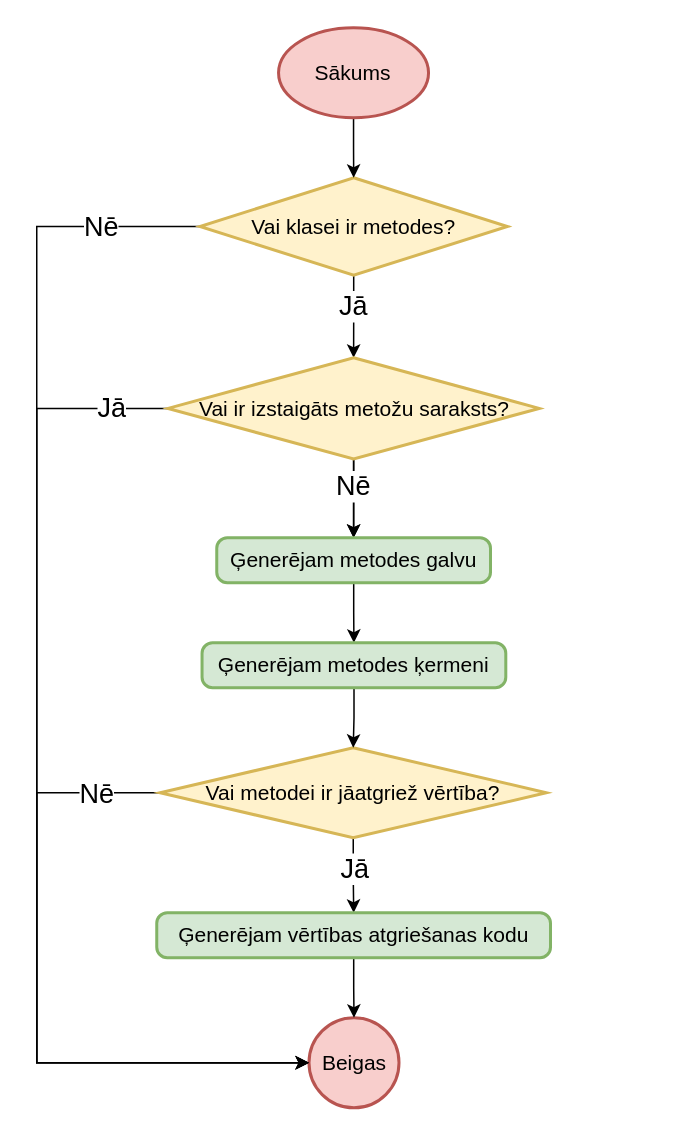
Earlier version of the draw.io diagram page "metožu generesana" (6 of 6) of src/Qualification project/Documentation/Diagrammas/Ģenerators.drawio (artiks12/webAppOS). Source tidied: cells renumbered, new cells numbered last; positions are measured from the earlier drawing's top-left corner, leaving out a move shared by most shapes. Both pictures are drawn from the tidied source at 150%, with x=0, y=0 at pixel (36, 27).
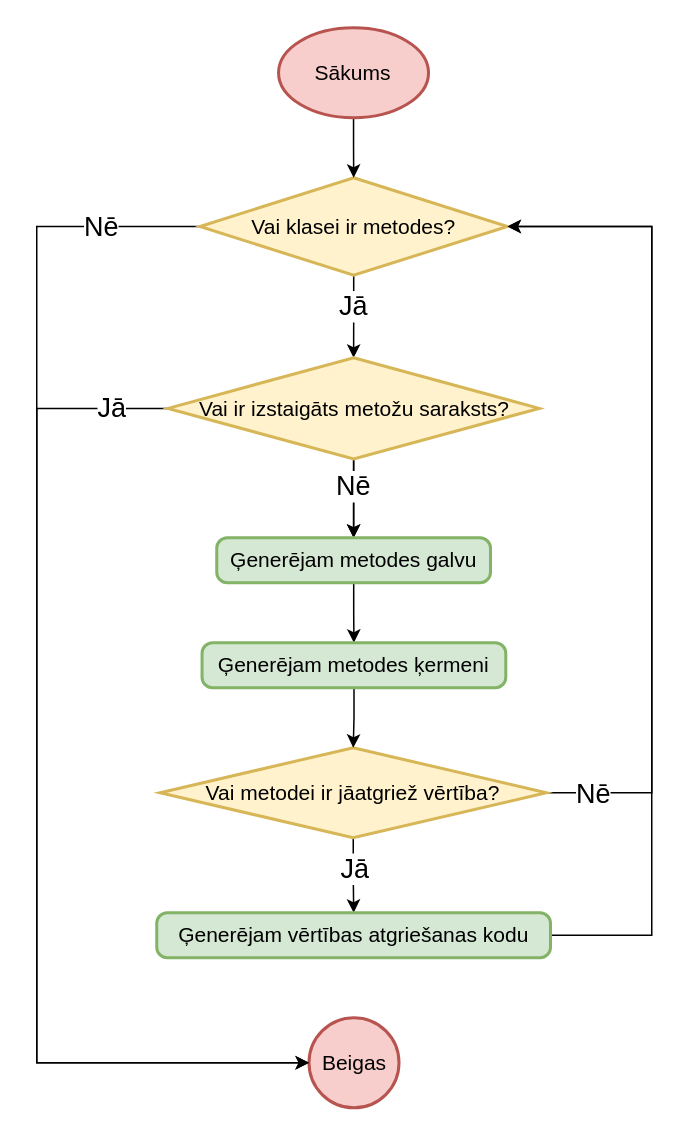
Above is the later version.

The change refers to these unchanged cells:
```xml
<mxCell id="2" value="Beigas" style="strokeWidth=2;html=1;shape=mxgraph.flowchart.start_2;whiteSpace=wrap;fontSize=14;fillColor=#f8cecc;strokeColor=#b85450;" parent="1" vertex="1">
  <mxGeometry x="181.5" y="660" width="60" height="60" as="geometry" />
</mxCell>
<mxCell id="7" value="Vai metodei ir jāatgriež vērtība?" style="strokeWidth=2;html=1;shape=mxgraph.flowchart.decision;whiteSpace=wrap;fontSize=14;fillColor=#fff2cc;strokeColor=#d6b656;" parent="1" vertex="1">
  <mxGeometry x="82.2" y="480" width="257.5" height="60" as="geometry" />
</mxCell>
<mxCell id="12" value="Vai klasei ir metodes?" style="strokeWidth=2;html=1;shape=mxgraph.flowchart.decision;whiteSpace=wrap;fontSize=14;fillColor=#fff2cc;strokeColor=#d6b656;" parent="1" vertex="1">
  <mxGeometry x="108.8" y="100" width="205" height="65" as="geometry" />
</mxCell>
<mxCell id="26" value="Ģenerējam vērtības atgriešanas kodu" style="rounded=1;whiteSpace=wrap;html=1;absoluteArcSize=1;arcSize=14;strokeWidth=2;fontSize=14;fillColor=#d5e8d4;strokeColor=#82b366;" parent="1" vertex="1">
  <mxGeometry x="80" y="590" width="262.5" height="30" as="geometry" />
</mxCell>
```

Diff of the diagram source:
```diff
@@
-    <mxCell id="5" style="edgeStyle=orthogonalEdgeStyle;rounded=0;jettySize=auto;html=1;fontSize=18;entryX=0;entryY=0.5;entryDx=0;entryDy=0;entryPerimeter=0;exitX=0;exitY=0.5;exitDx=0;exitDy=0;exitPerimeter=0;" parent="1" edge="1" source="7" target="2">
+    <mxCell id="5" style="edgeStyle=orthogonalEdgeStyle;rounded=0;jettySize=auto;html=1;fontSize=18;entryX=1;entryY=0.5;entryDx=0;entryDy=0;entryPerimeter=0;exitX=1;exitY=0.5;exitDx=0;exitDy=0;exitPerimeter=0;" parent="1" edge="1" source="7" target="12">
       <mxGeometry relative="1" as="geometry">
         <Array as="points">
-          <mxPoint y="510" />
-          <mxPoint y="690" />
+          <mxPoint x="410" y="510" />
+          <mxPoint x="410" y="133" />
         </Array>
       </mxGeometry>
     </mxCell>
     <mxCell id="6" value="Nē" style="edgeLabel;html=1;align=center;verticalAlign=middle;fontSize=18;" parent="5" vertex="1">
       <mxGeometry x="-0.73" relative="1" as="geometry">
-        <mxPoint x="17" as="offset" />
+        <mxPoint x="-40" y="3" as="offset" />
       </mxGeometry>
     </mxCell>
@@
-    <mxCell id="25" style="edgeStyle=orthogonalEdgeStyle;rounded=0;jettySize=auto;html=1;fontSize=18;" parent="1" edge="1" source="26" target="2">
-      <mxGeometry relative="1" as="geometry" />
+    <mxCell id="25" style="edgeStyle=orthogonalEdgeStyle;rounded=0;jettySize=auto;html=1;fontSize=18;entryX=1;entryY=0.5;entryDx=0;entryDy=0;entryPerimeter=0;" parent="1" edge="1" source="26" target="12">
+      <mxGeometry relative="1" as="geometry">
+        <Array as="points">
+          <mxPoint x="410" y="605" />
+          <mxPoint x="410" y="133" />
+        </Array>
+      </mxGeometry>
     </mxCell>
```
